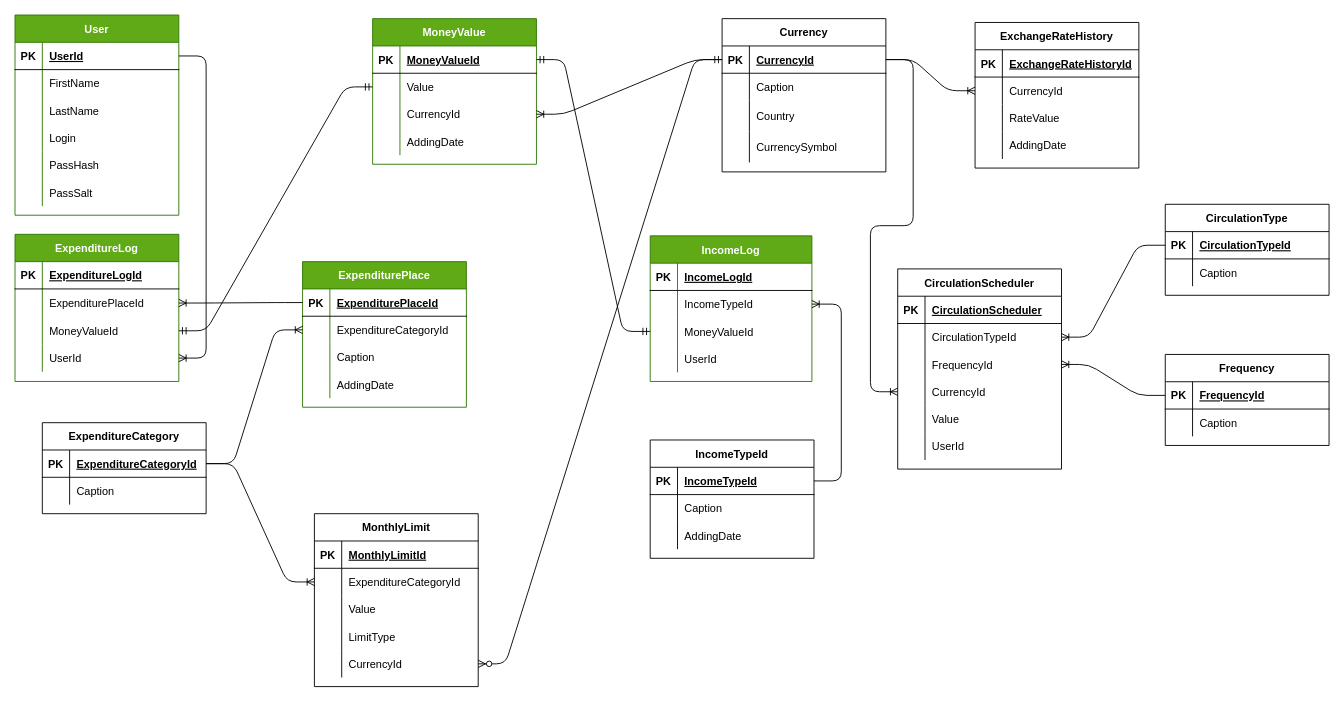
Above: Database Diagram.drawio in GenSciDeveloper/GenSci.FamilyBudget (draw.io), before the change. Source tidied: cells renumbered, new cells numbered last; positions are measured from the earlier drawing's top-left corner, leaving out a move shared by most shapes. Both pictures are drawn from the tidied source at 91%, with x=0, y=0 at pixel (15, 15).
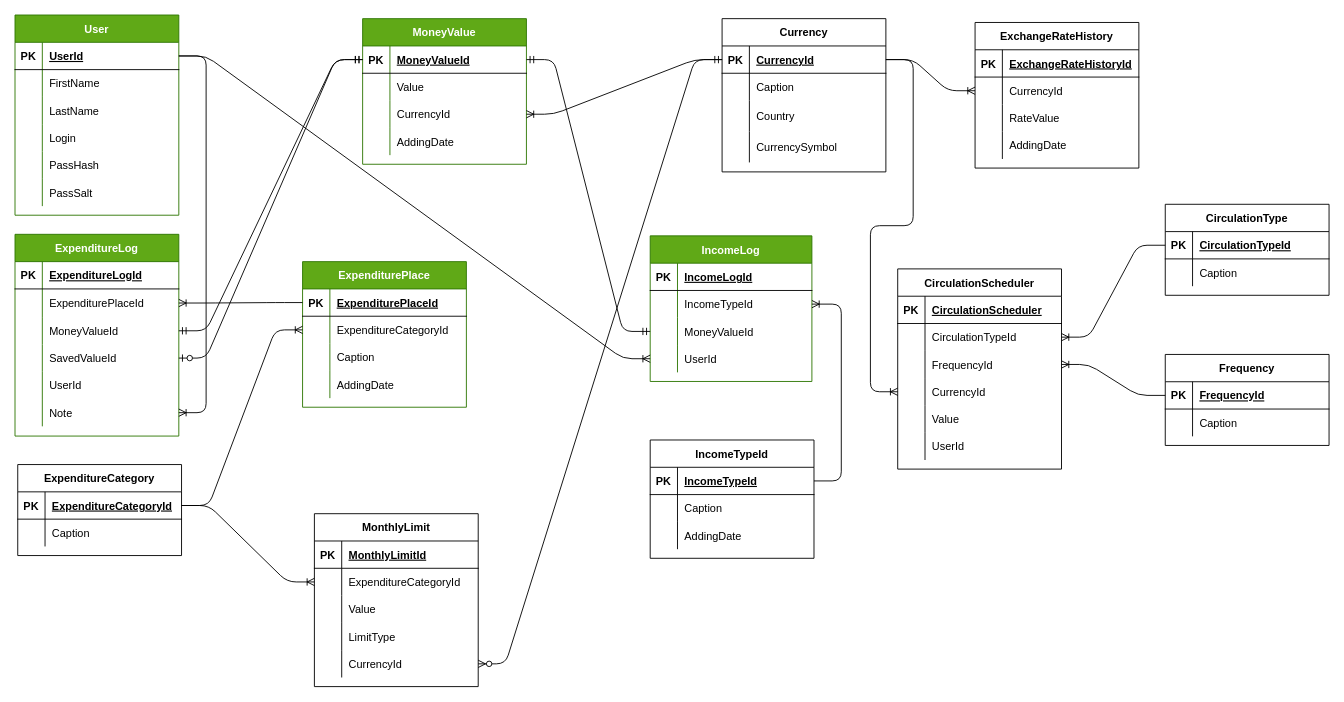
Above is the later version.

Unchanged cells that the change refers to:
```xml
<mxCell id="3" style="shape=partialRectangle;fillColor=none;top=0;left=0;bottom=1;right=0;points=[[0,0.5],[1,0.5]];portConstraint=eastwest;" parent="2" vertex="1">
  <mxGeometry y="30" width="180" height="30" as="geometry" />
</mxCell>
<mxCell id="28" style="shape=partialRectangle;fillColor=none;top=0;left=0;bottom=0;right=0;points=[[0,0.5],[1,0.5]];portConstraint=eastwest;" parent="21" vertex="1">
  <mxGeometry y="91" width="180" height="30" as="geometry" />
</mxCell>
<mxCell id="44" style="shape=partialRectangle;fillColor=none;top=0;left=0;bottom=0;right=0;points=[[0,0.5],[1,0.5]];portConstraint=eastwest;" parent="34" vertex="1">
  <mxGeometry y="120" width="177.7" height="30" as="geometry" />
</mxCell>
<mxCell id="80" style="shape=partialRectangle;fillColor=none;top=0;left=0;bottom=1;right=0;points=[[0,0.5],[1,0.5]];portConstraint=eastwest;" parent="79" vertex="1">
  <mxGeometry y="30" width="180" height="30" as="geometry" />
</mxCell>
<mxCell id="83" style="shape=partialRectangle;fillColor=none;top=0;left=0;bottom=0;right=0;points=[[0,0.5],[1,0.5]];portConstraint=eastwest;" parent="79" vertex="1">
  <mxGeometry y="60" width="180" height="30" as="geometry" />
</mxCell>
```

The edit, as a diff of the source:
```diff
@@
     <mxCell id="21" value="ExpenditureLog" style="shape=table;startSize=30;childLayout=tableLayout;rowLines=0;fontStyle=1;align=center;fillColor=#60a917;strokeColor=#2D7600;fontColor=#ffffff;" parent="1" vertex="1">
-      <mxGeometry y="241" width="180" height="161.7" as="geometry" />
+      <mxGeometry y="241" width="180" height="221.7" as="geometry" />
     </mxCell>
@@
+    <mxCell id="178" style="shape=partialRectangle;fillColor=none;top=0;left=0;bottom=0;right=0;points=[[0,0.5],[1,0.5]];portConstraint=eastwest;" parent="21" vertex="1">
+      <mxGeometry y="121" width="180" height="30" as="geometry" />
+    </mxCell>
+    <mxCell id="179" style="shape=partialRectangle;fillColor=none;top=0;left=0;bottom=0;right=0;overflow=hidden;" parent="178" vertex="1">
+      <mxGeometry width="30" height="30" as="geometry" />
+    </mxCell>
+    <mxCell id="180" value="SavedValueId" style="shape=partialRectangle;fillColor=none;top=0;left=0;bottom=0;right=0;align=left;spacingLeft=6;overflow=hidden;" parent="178" vertex="1">
+      <mxGeometry x="30" width="150" height="30" as="geometry" />
+    </mxCell>
+    <mxCell id="181" style="shape=partialRectangle;fillColor=none;top=0;left=0;bottom=0;right=0;" parent="21" vertex="1">
+      <mxGeometry y="151" width="180" height="30" as="geometry" />
+    </mxCell>
+    <mxCell id="182" style="shape=partialRectangle;fillColor=none;top=0;left=0;bottom=0;right=0;overflow=hidden;" parent="181" vertex="1">
+      <mxGeometry width="30" height="30" as="geometry" />
+    </mxCell>
+    <mxCell id="183" value="UserId" style="shape=partialRectangle;fillColor=none;top=0;left=0;bottom=0;right=0;align=left;spacingLeft=6;overflow=hidden;" parent="181" vertex="1">
+      <mxGeometry x="30" width="150" height="30" as="geometry" />
+    </mxCell>
     <mxCell id="31" style="shape=partialRectangle;fillColor=none;top=0;left=0;bottom=0;right=0;points=[[0,0.5],[1,0.5]];portConstraint=eastwest;" parent="21" vertex="1">
-      <mxGeometry y="121" width="180" height="30" as="geometry" />
+      <mxGeometry y="181" width="180" height="30" as="geometry" />
     </mxCell>
@@
-    <mxCell id="33" value="UserId" style="shape=partialRectangle;fillColor=none;top=0;left=0;bottom=0;right=0;align=left;spacingLeft=6;overflow=hidden;" parent="31" vertex="1">
+    <mxCell id="33" value="Note" style="shape=partialRectangle;fillColor=none;top=0;left=0;bottom=0;right=0;align=left;spacingLeft=6;overflow=hidden;" parent="31" vertex="1">
       <mxGeometry x="30" width="150" height="30" as="geometry" />
     </mxCell>
@@
     <mxCell id="72" value="ExpenditureCategory" style="shape=table;startSize=30;childLayout=tableLayout;rowLines=0;fontStyle=1;align=center;" parent="1" vertex="1">
-      <mxGeometry x="30" y="448" width="180" height="100" as="geometry" />
+      <mxGeometry x="3" y="494" width="180" height="100" as="geometry" />
     </mxCell>
@@
     <mxCell id="79" value="MoneyValue" style="shape=table;startSize=30;childLayout=tableLayout;rowLines=0;fontStyle=1;align=center;fillColor=#60a917;strokeColor=#2D7600;fontColor=#ffffff;" parent="1" vertex="1">
-      <mxGeometry x="393" y="4" width="180" height="160" as="geometry" />
+      <mxGeometry x="382" y="4" width="180" height="160" as="geometry" />
     </mxCell>
@@
-    <mxCell id="94" style="edgeStyle=entityRelationEdgeStyle;fontSize=12;html=1;endArrow=ERmandOne;startArrow=ERmandOne;entryX=0;entryY=0.5;entryDx=0;entryDy=0;" parent="1" edge="1" source="28" target="83">
+    <mxCell id="94" style="edgeStyle=entityRelationEdgeStyle;fontSize=12;html=1;endArrow=ERmandOne;startArrow=ERmandOne;" parent="1" edge="1" source="28" target="80">
       <mxGeometry relative="1" as="geometry" />
     </mxCell>
@@
+    <mxCell id="184" style="edgeStyle=entityRelationEdgeStyle;fontSize=12;html=1;endArrow=ERzeroToOne;startArrow=ERmandOne;entryX=1;entryY=0.5;entryDx=0;entryDy=0;" parent="1" edge="1" source="80" target="178">
+      <mxGeometry relative="1" as="geometry" />
+    </mxCell>
+    <mxCell id="185" style="edgeStyle=entityRelationEdgeStyle;fontSize=12;html=1;endArrow=ERoneToMany;" parent="1" edge="1" source="3" target="44">
+      <mxGeometry relative="1" as="geometry" />
+    </mxCell>
```
